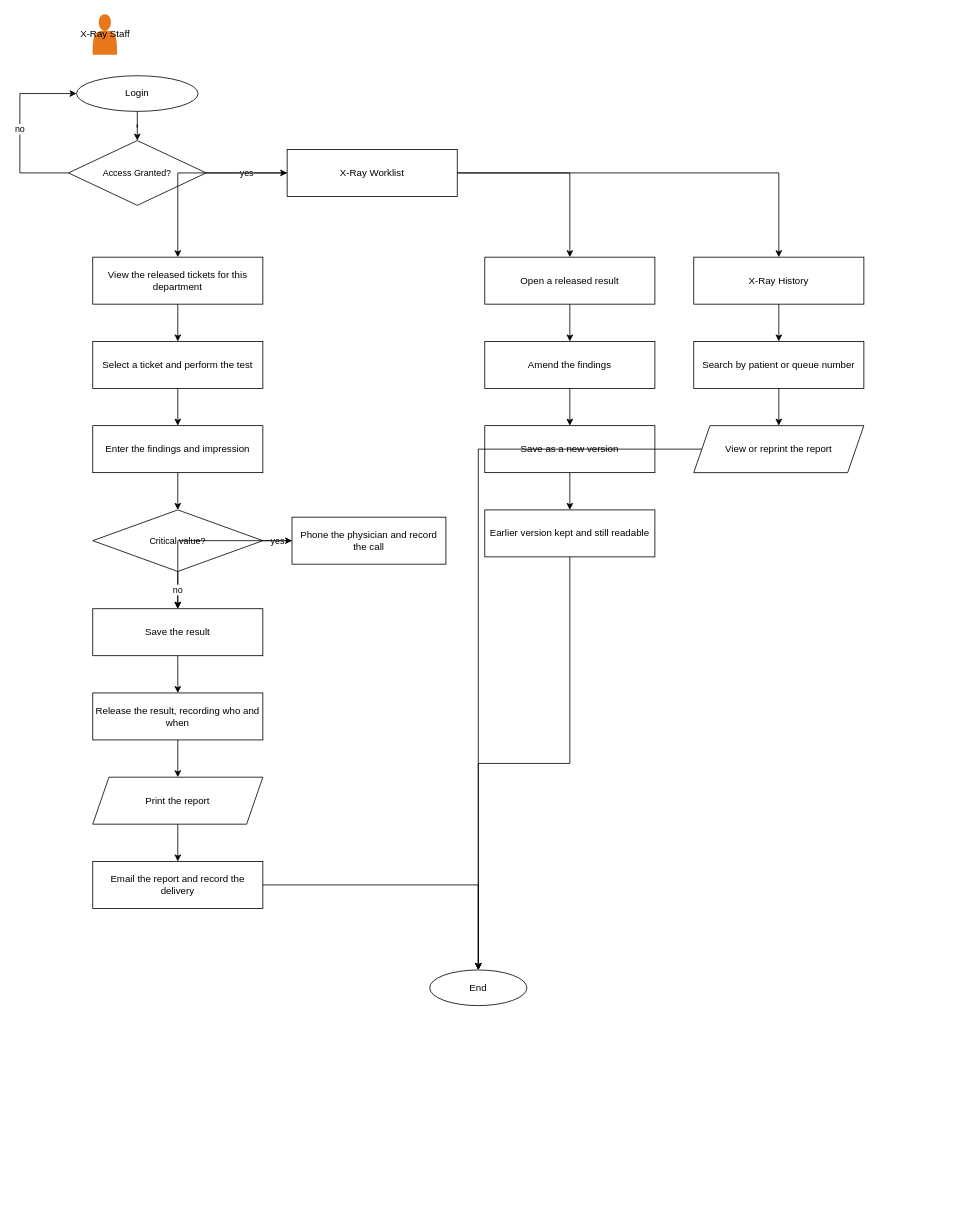
steven23lz/Enlogada-Clinic-Management-System keeps this draw.io diagram as page "X-Ray" (7 of 8) of docs/diagrams/flowcharts.drawio. Above is the earlier version. Source tidied: cells renumbered, new cells numbered last; positions are measured from the earlier drawing's top-left corner, leaving out a move shared by most shapes. Both pictures are drawn from the tidied source at 81%, with x=0, y=0 at pixel (19, 14).
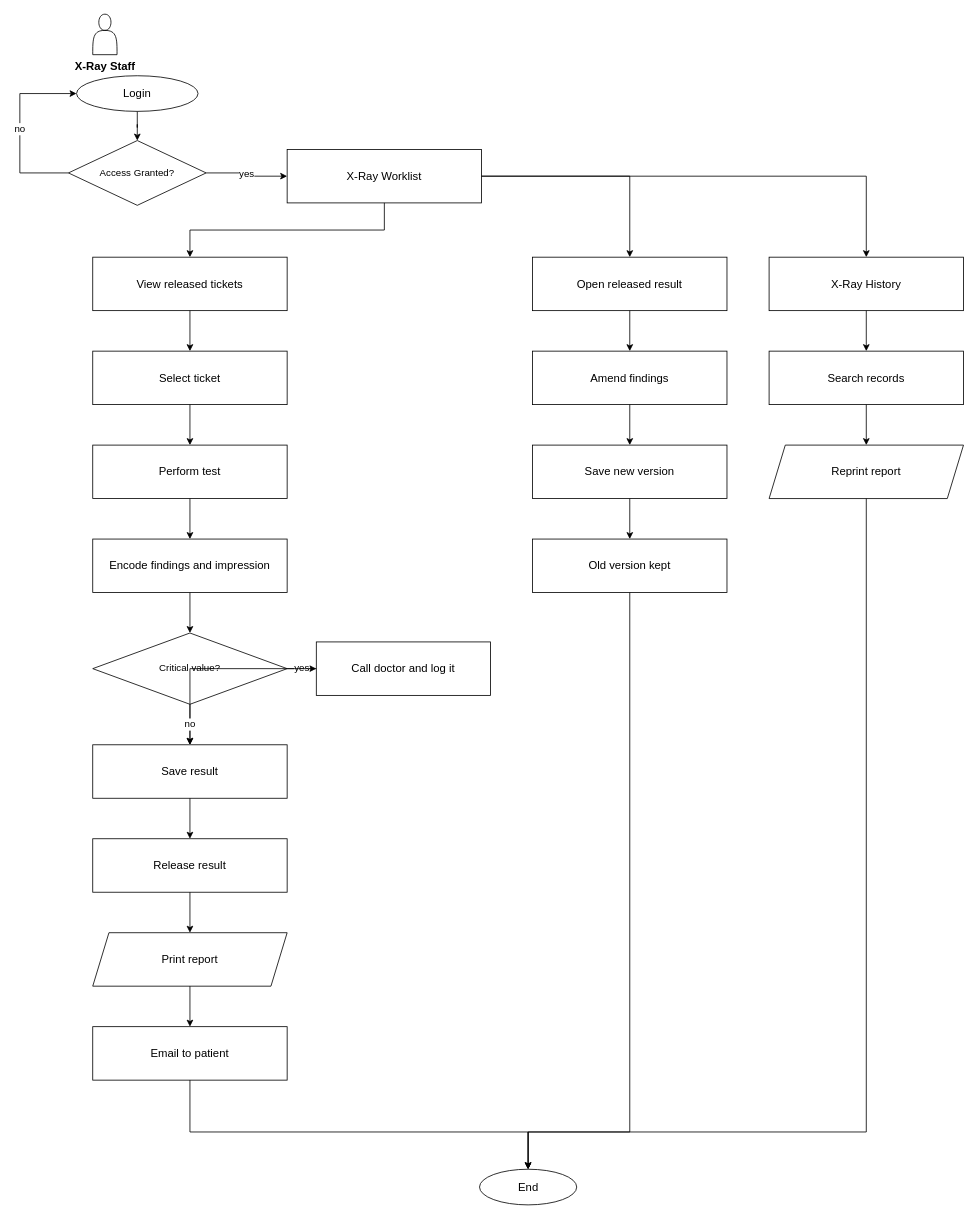
Above is the later version.

Diff of the diagram source:
```diff
@@
-    <mxCell id="2" value="X-Ray Staff" style="shape=actor;fillColor=#E8761A;strokeColor=none;html=1;" parent="1" vertex="1">
+    <mxCell id="2" value="X-Ray Staff" style="shape=actor;fillColor=none;strokeColor=#000000;html=1;verticalLabelPosition=bottom;verticalAlign=top;fontFamily=Helvetica;fontSize=14;fontColor=#000000;fontStyle=1;" parent="1" vertex="1">
       <mxGeometry x="90" width="30" height="50" as="geometry" />
     </mxCell>
-    <mxCell id="3" value="Login" style="ellipse;whiteSpace=wrap;html=1;fontFamily=Helvetica;fontSize=12;" parent="1" vertex="1">
+    <mxCell id="3" value="Login" style="ellipse;whiteSpace=wrap;html=1;fontFamily=Helvetica;fontSize=14;fontColor=#000000;strokeColor=#000000;" parent="1" vertex="1">
       <mxGeometry x="70" y="76" width="150" height="44" as="geometry" />
     </mxCell>
-    <mxCell id="4" value="Access Granted?" style="rhombus;whiteSpace=wrap;html=1;fontFamily=Helvetica;fontSize=11;" parent="1" vertex="1">
+    <mxCell id="4" value="Access Granted?" style="rhombus;whiteSpace=wrap;html=1;fontFamily=Helvetica;fontSize=12;fontColor=#000000;strokeColor=#000000;" parent="1" vertex="1">
       <mxGeometry x="60" y="156" width="170" height="80" as="geometry" />
     </mxCell>
-    <mxCell id="5" value="X-Ray Worklist" style="rounded=0;whiteSpace=wrap;html=1;fontFamily=Helvetica;fontSize=12;" parent="1" vertex="1">
-      <mxGeometry x="330" y="167" width="210" height="58" as="geometry" />
+    <mxCell id="5" value="X-Ray Worklist" style="rounded=0;whiteSpace=wrap;html=1;fontFamily=Helvetica;fontSize=14;fontColor=#000000;strokeColor=#000000;" parent="1" vertex="1">
+      <mxGeometry x="330" y="167" width="240" height="66" as="geometry" />
     </mxCell>
-    <mxCell id="6" style="edgeStyle=orthogonalEdgeStyle;rounded=0;html=1;jettySize=auto;fontFamily=Helvetica;fontSize=11;" parent="1" edge="1" source="3" target="4">
+    <mxCell id="6" style="edgeStyle=orthogonalEdgeStyle;rounded=0;html=1;jettySize=auto;fontFamily=Helvetica;fontSize=12;fontColor=#000000;strokeColor=#000000;" parent="1" edge="1" source="3" target="4">
       <mxGeometry relative="1" as="geometry" />
     </mxCell>
-    <mxCell id="7" value="yes" style="edgeStyle=orthogonalEdgeStyle;rounded=0;html=1;jettySize=auto;fontFamily=Helvetica;fontSize=11;" parent="1" edge="1" source="4" target="5">
+    <mxCell id="7" value="yes" style="edgeStyle=orthogonalEdgeStyle;rounded=0;html=1;jettySize=auto;fontFamily=Helvetica;fontSize=12;fontColor=#000000;strokeColor=#000000;" parent="1" edge="1" source="4" target="5">
       <mxGeometry relative="1" as="geometry" />
     </mxCell>
-    <mxCell id="8" value="no" style="edgeStyle=orthogonalEdgeStyle;rounded=0;html=1;jettySize=auto;fontFamily=Helvetica;fontSize=11;" parent="1" edge="1" source="4" target="3">
+    <mxCell id="8" value="no" style="edgeStyle=orthogonalEdgeStyle;rounded=0;html=1;jettySize=auto;fontFamily=Helvetica;fontSize=12;fontColor=#000000;strokeColor=#000000;" parent="1" edge="1" source="4" target="3">
       <mxGeometry relative="1" as="geometry">
         <Array as="points">
           <mxPoint y="196" />
           <mxPoint y="98" />
         </Array>
       </mxGeometry>
     </mxCell>
-    <mxCell id="9" value="View the released tickets for this department" style="rounded=0;whiteSpace=wrap;html=1;fontFamily=Helvetica;fontSize=12;" parent="1" vertex="1">
-      <mxGeometry x="90" y="300" width="210" height="58" as="geometry" />
+    <mxCell id="9" value="View released tickets" style="rounded=0;whiteSpace=wrap;html=1;fontFamily=Helvetica;fontSize=14;fontColor=#000000;strokeColor=#000000;" parent="1" vertex="1">
+      <mxGeometry x="90" y="300" width="240" height="66" as="geometry" />
     </mxCell>
-    <mxCell id="10" value="Select a ticket and perform the test" style="rounded=0;whiteSpace=wrap;html=1;fontFamily=Helvetica;fontSize=12;" parent="1" vertex="1">
-      <mxGeometry x="90" y="404" width="210" height="58" as="geometry" />
+    <mxCell id="10" value="Select ticket" style="rounded=0;whiteSpace=wrap;html=1;fontFamily=Helvetica;fontSize=14;fontColor=#000000;strokeColor=#000000;" parent="1" vertex="1">
+      <mxGeometry x="90" y="416" width="240" height="66" as="geometry" />
     </mxCell>
-    <mxCell id="11" value="Enter the findings and impression" style="rounded=0;whiteSpace=wrap;html=1;fontFamily=Helvetica;fontSize=12;" parent="1" vertex="1">
-      <mxGeometry x="90" y="508" width="210" height="58" as="geometry" />
+    <mxCell id="11" value="Perform test" style="rounded=0;whiteSpace=wrap;html=1;fontFamily=Helvetica;fontSize=14;fontColor=#000000;strokeColor=#000000;" parent="1" vertex="1">
+      <mxGeometry x="90" y="532" width="240" height="66" as="geometry" />
     </mxCell>
-    <mxCell id="12" value="Critical value?" style="rhombus;whiteSpace=wrap;html=1;fontFamily=Helvetica;fontSize=11;" parent="1" vertex="1">
-      <mxGeometry x="90" y="612" width="210" height="76" as="geometry" />
+    <mxCell id="12" value="Encode findings and impression" style="rounded=0;whiteSpace=wrap;html=1;fontFamily=Helvetica;fontSize=14;fontColor=#000000;strokeColor=#000000;" parent="1" vertex="1">
+      <mxGeometry x="90" y="648" width="240" height="66" as="geometry" />
     </mxCell>
-    <mxCell id="13" value="Save the result" style="rounded=0;whiteSpace=wrap;html=1;fontFamily=Helvetica;fontSize=12;" parent="1" vertex="1">
-      <mxGeometry x="90" y="734" width="210" height="58" as="geometry" />
+    <mxCell id="13" value="Critical value?" style="rhombus;whiteSpace=wrap;html=1;fontFamily=Helvetica;fontSize=12;fontColor=#000000;strokeColor=#000000;" parent="1" vertex="1">
+      <mxGeometry x="90" y="764" width="240" height="88" as="geometry" />
     </mxCell>
-    <mxCell id="14" value="Release the result, recording who and when" style="rounded=0;whiteSpace=wrap;html=1;fontFamily=Helvetica;fontSize=12;" parent="1" vertex="1">
-      <mxGeometry x="90" y="838" width="210" height="58" as="geometry" />
+    <mxCell id="14" value="Save result" style="rounded=0;whiteSpace=wrap;html=1;fontFamily=Helvetica;fontSize=14;fontColor=#000000;strokeColor=#000000;" parent="1" vertex="1">
+      <mxGeometry x="90" y="902" width="240" height="66" as="geometry" />
     </mxCell>
-    <mxCell id="15" value="Print the report" style="shape=parallelogram;perimeter=parallelogramPerimeter;whiteSpace=wrap;html=1;fixedSize=1;fontFamily=Helvetica;fontSize=12;" parent="1" vertex="1">
-      <mxGeometry x="90" y="942" width="210" height="58" as="geometry" />
+    <mxCell id="15" value="Release result" style="rounded=0;whiteSpace=wrap;html=1;fontFamily=Helvetica;fontSize=14;fontColor=#000000;strokeColor=#000000;" parent="1" vertex="1">
+      <mxGeometry x="90" y="1018" width="240" height="66" as="geometry" />
     </mxCell>
-    <mxCell id="16" value="Email the report and record the delivery" style="rounded=0;whiteSpace=wrap;html=1;fontFamily=Helvetica;fontSize=12;" parent="1" vertex="1">
-      <mxGeometry x="90" y="1046" width="210" height="58" as="geometry" />
+    <mxCell id="16" value="Print report" style="shape=parallelogram;perimeter=parallelogramPerimeter;whiteSpace=wrap;html=1;fixedSize=1;fontFamily=Helvetica;fontSize=14;fontColor=#000000;strokeColor=#000000;" parent="1" vertex="1">
+      <mxGeometry x="90" y="1134" width="240" height="66" as="geometry" />
     </mxCell>
-    <mxCell id="17" style="edgeStyle=orthogonalEdgeStyle;rounded=0;html=1;jettySize=auto;fontFamily=Helvetica;fontSize=11;" parent="1" edge="1" source="5" target="9">
-      <mxGeometry relative="1" as="geometry" />
-    </mxCell>
+    <mxCell id="46" value="Email to patient" style="rounded=0;whiteSpace=wrap;html=1;fontFamily=Helvetica;fontSize=14;fontColor=#000000;strokeColor=#000000;" parent="1" vertex="1">
+      <mxGeometry x="90" y="1250" width="240" height="66" as="geometry" />
+    </mxCell>
-    <mxCell id="18" style="edgeStyle=orthogonalEdgeStyle;rounded=0;html=1;jettySize=auto;fontFamily=Helvetica;fontSize=11;" parent="1" edge="1" source="9" target="10">
+    <mxCell id="18" style="edgeStyle=orthogonalEdgeStyle;rounded=0;html=1;jettySize=auto;fontFamily=Helvetica;fontSize=12;fontColor=#000000;strokeColor=#000000;" parent="1" edge="1" source="5" target="9">
       <mxGeometry relative="1" as="geometry" />
     </mxCell>
-    <mxCell id="19" style="edgeStyle=orthogonalEdgeStyle;rounded=0;html=1;jettySize=auto;fontFamily=Helvetica;fontSize=11;" parent="1" edge="1" source="10" target="11">
+    <mxCell id="19" style="edgeStyle=orthogonalEdgeStyle;rounded=0;html=1;jettySize=auto;fontFamily=Helvetica;fontSize=12;fontColor=#000000;strokeColor=#000000;" parent="1" edge="1" source="9" target="10">
       <mxGeometry relative="1" as="geometry" />
     </mxCell>
-    <mxCell id="20" style="edgeStyle=orthogonalEdgeStyle;rounded=0;html=1;jettySize=auto;fontFamily=Helvetica;fontSize=11;" parent="1" edge="1" source="11" target="12">
+    <mxCell id="20" style="edgeStyle=orthogonalEdgeStyle;rounded=0;html=1;jettySize=auto;fontFamily=Helvetica;fontSize=12;fontColor=#000000;strokeColor=#000000;" parent="1" edge="1" source="10" target="11">
       <mxGeometry relative="1" as="geometry" />
     </mxCell>
-    <mxCell id="21" value="Phone the physician and record the call" style="rounded=0;whiteSpace=wrap;html=1;fontFamily=Helvetica;fontSize=12;" parent="1" vertex="1">
-      <mxGeometry x="336" y="621" width="190" height="58" as="geometry" />
-    </mxCell>
+    <mxCell id="47" style="edgeStyle=orthogonalEdgeStyle;rounded=0;html=1;jettySize=auto;fontFamily=Helvetica;fontSize=12;fontColor=#000000;strokeColor=#000000;" parent="1" edge="1" source="11" target="12">
+      <mxGeometry relative="1" as="geometry" />
+    </mxCell>
-    <mxCell id="22" value="yes" style="edgeStyle=orthogonalEdgeStyle;rounded=0;html=1;jettySize=auto;fontFamily=Helvetica;fontSize=11;" parent="1" edge="1" source="12" target="21">
+    <mxCell id="22" style="edgeStyle=orthogonalEdgeStyle;rounded=0;html=1;jettySize=auto;fontFamily=Helvetica;fontSize=12;fontColor=#000000;strokeColor=#000000;" parent="1" edge="1" source="12" target="13">
       <mxGeometry relative="1" as="geometry" />
     </mxCell>
-    <mxCell id="23" style="edgeStyle=orthogonalEdgeStyle;rounded=0;html=1;jettySize=auto;fontFamily=Helvetica;fontSize=11;" parent="1" edge="1" source="21" target="13">
-      <mxGeometry relative="1" as="geometry" />
-    </mxCell>
+    <mxCell id="48" value="Call doctor and log it" style="rounded=0;whiteSpace=wrap;html=1;fontFamily=Helvetica;fontSize=14;fontColor=#000000;strokeColor=#000000;" parent="1" vertex="1">
+      <mxGeometry x="366" y="775" width="215" height="66" as="geometry" />
+    </mxCell>
-    <mxCell id="24" value="no" style="edgeStyle=orthogonalEdgeStyle;rounded=0;html=1;jettySize=auto;fontFamily=Helvetica;fontSize=11;" parent="1" edge="1" source="12" target="13">
+    <mxCell id="24" value="yes" style="edgeStyle=orthogonalEdgeStyle;rounded=0;html=1;jettySize=auto;fontFamily=Helvetica;fontSize=12;fontColor=#000000;strokeColor=#000000;" parent="1" edge="1" source="13" target="48">
       <mxGeometry relative="1" as="geometry" />
     </mxCell>
-    <mxCell id="25" style="edgeStyle=orthogonalEdgeStyle;rounded=0;html=1;jettySize=auto;fontFamily=Helvetica;fontSize=11;" parent="1" edge="1" source="13" target="14">
+    <mxCell id="25" style="edgeStyle=orthogonalEdgeStyle;rounded=0;html=1;jettySize=auto;fontFamily=Helvetica;fontSize=12;fontColor=#000000;strokeColor=#000000;" parent="1" edge="1" source="48" target="14">
       <mxGeometry relative="1" as="geometry" />
     </mxCell>
-    <mxCell id="26" style="edgeStyle=orthogonalEdgeStyle;rounded=0;html=1;jettySize=auto;fontFamily=Helvetica;fontSize=11;" parent="1" edge="1" source="14" target="15">
+    <mxCell id="26" value="no" style="edgeStyle=orthogonalEdgeStyle;rounded=0;html=1;jettySize=auto;fontFamily=Helvetica;fontSize=12;fontColor=#000000;strokeColor=#000000;" parent="1" edge="1" source="13" target="14">
       <mxGeometry relative="1" as="geometry" />
     </mxCell>
-    <mxCell id="27" style="edgeStyle=orthogonalEdgeStyle;rounded=0;html=1;jettySize=auto;fontFamily=Helvetica;fontSize=11;" parent="1" edge="1" source="15" target="16">
+    <mxCell id="27" style="edgeStyle=orthogonalEdgeStyle;rounded=0;html=1;jettySize=auto;fontFamily=Helvetica;fontSize=12;fontColor=#000000;strokeColor=#000000;" parent="1" edge="1" source="14" target="15">
       <mxGeometry relative="1" as="geometry" />
     </mxCell>
-    <mxCell id="28" value="Open a released result" style="rounded=0;whiteSpace=wrap;html=1;fontFamily=Helvetica;fontSize=12;" parent="1" vertex="1">
-      <mxGeometry x="574" y="300" width="210" height="58" as="geometry" />
-    </mxCell>
-    <mxCell id="29" value="Amend the findings" style="rounded=0;whiteSpace=wrap;html=1;fontFamily=Helvetica;fontSize=12;" parent="1" vertex="1">
-      <mxGeometry x="574" y="404" width="210" height="58" as="geometry" />
-    </mxCell>
+    <mxCell id="49" style="edgeStyle=orthogonalEdgeStyle;rounded=0;html=1;jettySize=auto;fontFamily=Helvetica;fontSize=12;fontColor=#000000;strokeColor=#000000;" parent="1" edge="1" source="15" target="16">
+      <mxGeometry relative="1" as="geometry" />
+    </mxCell>
+    <mxCell id="50" style="edgeStyle=orthogonalEdgeStyle;rounded=0;html=1;jettySize=auto;fontFamily=Helvetica;fontSize=12;fontColor=#000000;strokeColor=#000000;" parent="1" edge="1" source="16" target="46">
+      <mxGeometry relative="1" as="geometry" />
+    </mxCell>
-    <mxCell id="30" value="Save as a new version" style="rounded=0;whiteSpace=wrap;html=1;fontFamily=Helvetica;fontSize=12;" parent="1" vertex="1">
-      <mxGeometry x="574" y="508" width="210" height="58" as="geometry" />
+    <mxCell id="30" value="Open released result" style="rounded=0;whiteSpace=wrap;html=1;fontFamily=Helvetica;fontSize=14;fontColor=#000000;strokeColor=#000000;" parent="1" vertex="1">
+      <mxGeometry x="633" y="300" width="240" height="66" as="geometry" />
     </mxCell>
-    <mxCell id="31" value="Earlier version kept and still readable" style="rounded=0;whiteSpace=wrap;html=1;fontFamily=Helvetica;fontSize=12;" parent="1" vertex="1">
-      <mxGeometry x="574" y="612" width="210" height="58" as="geometry" />
+    <mxCell id="31" value="Amend findings" style="rounded=0;whiteSpace=wrap;html=1;fontFamily=Helvetica;fontSize=14;fontColor=#000000;strokeColor=#000000;" parent="1" vertex="1">
+      <mxGeometry x="633" y="416" width="240" height="66" as="geometry" />
     </mxCell>
-    <mxCell id="32" style="edgeStyle=orthogonalEdgeStyle;rounded=0;html=1;jettySize=auto;fontFamily=Helvetica;fontSize=11;" parent="1" edge="1" source="5" target="28">
-      <mxGeometry relative="1" as="geometry" />
-    </mxCell>
-    <mxCell id="33" style="edgeStyle=orthogonalEdgeStyle;rounded=0;html=1;jettySize=auto;fontFamily=Helvetica;fontSize=11;" parent="1" edge="1" source="28" target="29">
-      <mxGeometry relative="1" as="geometry" />
-    </mxCell>
+    <mxCell id="51" value="Save new version" style="rounded=0;whiteSpace=wrap;html=1;fontFamily=Helvetica;fontSize=14;fontColor=#000000;strokeColor=#000000;" parent="1" vertex="1">
+      <mxGeometry x="633" y="532" width="240" height="66" as="geometry" />
+    </mxCell>
+    <mxCell id="52" value="Old version kept" style="rounded=0;whiteSpace=wrap;html=1;fontFamily=Helvetica;fontSize=14;fontColor=#000000;strokeColor=#000000;" parent="1" vertex="1">
+      <mxGeometry x="633" y="648" width="240" height="66" as="geometry" />
+    </mxCell>
-    <mxCell id="34" style="edgeStyle=orthogonalEdgeStyle;rounded=0;html=1;jettySize=auto;fontFamily=Helvetica;fontSize=11;" parent="1" edge="1" source="29" target="30">
+    <mxCell id="34" style="edgeStyle=orthogonalEdgeStyle;rounded=0;html=1;jettySize=auto;fontFamily=Helvetica;fontSize=12;fontColor=#000000;strokeColor=#000000;" parent="1" edge="1" source="5" target="30">
       <mxGeometry relative="1" as="geometry" />
     </mxCell>
-    <mxCell id="35" style="edgeStyle=orthogonalEdgeStyle;rounded=0;html=1;jettySize=auto;fontFamily=Helvetica;fontSize=11;" parent="1" edge="1" source="30" target="31">
+    <mxCell id="35" style="edgeStyle=orthogonalEdgeStyle;rounded=0;html=1;jettySize=auto;fontFamily=Helvetica;fontSize=12;fontColor=#000000;strokeColor=#000000;" parent="1" edge="1" source="30" target="31">
       <mxGeometry relative="1" as="geometry" />
     </mxCell>
-    <mxCell id="36" value="X-Ray History" style="rounded=0;whiteSpace=wrap;html=1;fontFamily=Helvetica;fontSize=12;" parent="1" vertex="1">
-      <mxGeometry x="832" y="300" width="210" height="58" as="geometry" />
-    </mxCell>
-    <mxCell id="37" value="Search by patient or queue number" style="rounded=0;whiteSpace=wrap;html=1;fontFamily=Helvetica;fontSize=12;" parent="1" vertex="1">
-      <mxGeometry x="832" y="404" width="210" height="58" as="geometry" />
-    </mxCell>
+    <mxCell id="53" style="edgeStyle=orthogonalEdgeStyle;rounded=0;html=1;jettySize=auto;fontFamily=Helvetica;fontSize=12;fontColor=#000000;strokeColor=#000000;" parent="1" edge="1" source="31" target="51">
+      <mxGeometry relative="1" as="geometry" />
+    </mxCell>
+    <mxCell id="54" style="edgeStyle=orthogonalEdgeStyle;rounded=0;html=1;jettySize=auto;fontFamily=Helvetica;fontSize=12;fontColor=#000000;strokeColor=#000000;" parent="1" edge="1" source="51" target="52">
+      <mxGeometry relative="1" as="geometry" />
+    </mxCell>
-    <mxCell id="38" value="View or reprint the report" style="shape=parallelogram;perimeter=parallelogramPerimeter;whiteSpace=wrap;html=1;fixedSize=1;fontFamily=Helvetica;fontSize=12;" parent="1" vertex="1">
-      <mxGeometry x="832" y="508" width="210" height="58" as="geometry" />
+    <mxCell id="38" value="X-Ray History" style="rounded=0;whiteSpace=wrap;html=1;fontFamily=Helvetica;fontSize=14;fontColor=#000000;strokeColor=#000000;" parent="1" vertex="1">
+      <mxGeometry x="925" y="300" width="240" height="66" as="geometry" />
     </mxCell>
-    <mxCell id="39" style="edgeStyle=orthogonalEdgeStyle;rounded=0;html=1;jettySize=auto;fontFamily=Helvetica;fontSize=11;" parent="1" edge="1" source="5" target="36">
-      <mxGeometry relative="1" as="geometry" />
-    </mxCell>
-    <mxCell id="40" style="edgeStyle=orthogonalEdgeStyle;rounded=0;html=1;jettySize=auto;fontFamily=Helvetica;fontSize=11;" parent="1" edge="1" source="36" target="37">
-      <mxGeometry relative="1" as="geometry" />
-    </mxCell>
+    <mxCell id="55" value="Search records" style="rounded=0;whiteSpace=wrap;html=1;fontFamily=Helvetica;fontSize=14;fontColor=#000000;strokeColor=#000000;" parent="1" vertex="1">
+      <mxGeometry x="925" y="416" width="240" height="66" as="geometry" />
+    </mxCell>
+    <mxCell id="56" value="Reprint report" style="shape=parallelogram;perimeter=parallelogramPerimeter;whiteSpace=wrap;html=1;fixedSize=1;fontFamily=Helvetica;fontSize=14;fontColor=#000000;strokeColor=#000000;" parent="1" vertex="1">
+      <mxGeometry x="925" y="532" width="240" height="66" as="geometry" />
+    </mxCell>
-    <mxCell id="41" style="edgeStyle=orthogonalEdgeStyle;rounded=0;html=1;jettySize=auto;fontFamily=Helvetica;fontSize=11;" parent="1" edge="1" source="37" target="38">
+    <mxCell id="41" style="edgeStyle=orthogonalEdgeStyle;rounded=0;html=1;jettySize=auto;fontFamily=Helvetica;fontSize=12;fontColor=#000000;strokeColor=#000000;" parent="1" edge="1" source="5" target="38">
       <mxGeometry relative="1" as="geometry" />
     </mxCell>
+    <mxCell id="57" style="edgeStyle=orthogonalEdgeStyle;rounded=0;html=1;jettySize=auto;fontFamily=Helvetica;fontSize=12;fontColor=#000000;strokeColor=#000000;" parent="1" edge="1" source="38" target="55">
+      <mxGeometry relative="1" as="geometry" />
+    </mxCell>
+    <mxCell id="43" style="edgeStyle=orthogonalEdgeStyle;rounded=0;html=1;jettySize=auto;fontFamily=Helvetica;fontSize=12;fontColor=#000000;strokeColor=#000000;" parent="1" edge="1" source="55" target="56">
+      <mxGeometry relative="1" as="geometry" />
+    </mxCell>
-    <mxCell id="42" value="End" style="ellipse;whiteSpace=wrap;html=1;fontFamily=Helvetica;fontSize=12;" parent="1" vertex="1">
-      <mxGeometry x="506" y="1180" width="120" height="44" as="geometry" />
+    <mxCell id="42" value="End" style="ellipse;whiteSpace=wrap;html=1;fontFamily=Helvetica;fontSize=14;fontColor=#000000;strokeColor=#000000;" parent="1" vertex="1">
+      <mxGeometry x="567.5" y="1426" width="120" height="44" as="geometry" />
     </mxCell>
-    <mxCell id="43" style="edgeStyle=orthogonalEdgeStyle;rounded=0;html=1;jettySize=auto;fontFamily=Helvetica;fontSize=11;" parent="1" edge="1" source="16" target="42">
-      <mxGeometry relative="1" as="geometry" />
-    </mxCell>
-    <mxCell id="44" style="edgeStyle=orthogonalEdgeStyle;rounded=0;html=1;jettySize=auto;fontFamily=Helvetica;fontSize=11;" parent="1" edge="1" source="31" target="42">
-      <mxGeometry relative="1" as="geometry" />
-    </mxCell>
-    <mxCell id="45" style="edgeStyle=orthogonalEdgeStyle;rounded=0;html=1;jettySize=auto;fontFamily=Helvetica;fontSize=11;" parent="1" edge="1" source="38" target="42">
-      <mxGeometry relative="1" as="geometry" />
+    <mxCell id="45" style="edgeStyle=orthogonalEdgeStyle;rounded=0;html=1;jettySize=auto;fontFamily=Helvetica;fontSize=12;fontColor=#000000;strokeColor=#000000;exitX=0.5;exitY=1;exitDx=0;exitDy=0;" parent="1" edge="1" source="46" target="42">
+      <mxGeometry relative="1" as="geometry">
+        <Array as="points">
+          <mxPoint x="210" y="1380" />
+        </Array>
+      </mxGeometry>
     </mxCell>
+    <mxCell id="58" style="edgeStyle=orthogonalEdgeStyle;rounded=0;html=1;jettySize=auto;fontFamily=Helvetica;fontSize=12;fontColor=#000000;strokeColor=#000000;exitX=0.5;exitY=1;exitDx=0;exitDy=0;" parent="1" edge="1" source="52" target="42">
+      <mxGeometry relative="1" as="geometry">
+        <Array as="points">
+          <mxPoint x="753" y="1380" />
+        </Array>
+      </mxGeometry>
+    </mxCell>
+    <mxCell id="59" style="edgeStyle=orthogonalEdgeStyle;rounded=0;html=1;jettySize=auto;fontFamily=Helvetica;fontSize=12;fontColor=#000000;strokeColor=#000000;exitX=0.5;exitY=1;exitDx=0;exitDy=0;" parent="1" edge="1" source="56" target="42">
+      <mxGeometry relative="1" as="geometry">
+        <Array as="points">
+          <mxPoint x="1045" y="1380" />
+        </Array>
+      </mxGeometry>
+    </mxCell>
```
